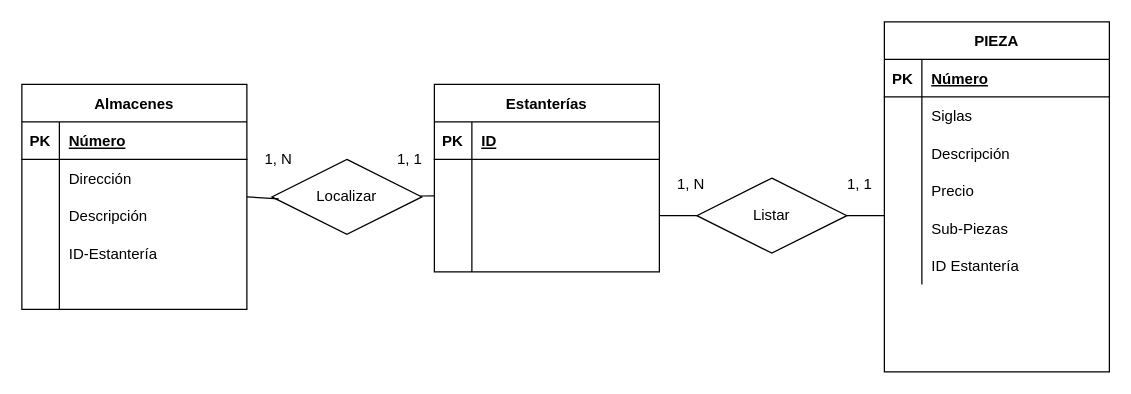
The draw.io diagram page "Reto 5" (1 of 3) of 5.drawio in AdryDevs/fsd-17-10-2022, before the edit. Source tidied: cells renumbered, new cells numbered last; positions are measured from the earlier drawing's top-left corner, leaving out a move shared by most shapes. Both pictures are drawn from the tidied source at 125%, with x=0, y=0 at pixel (21, 21).
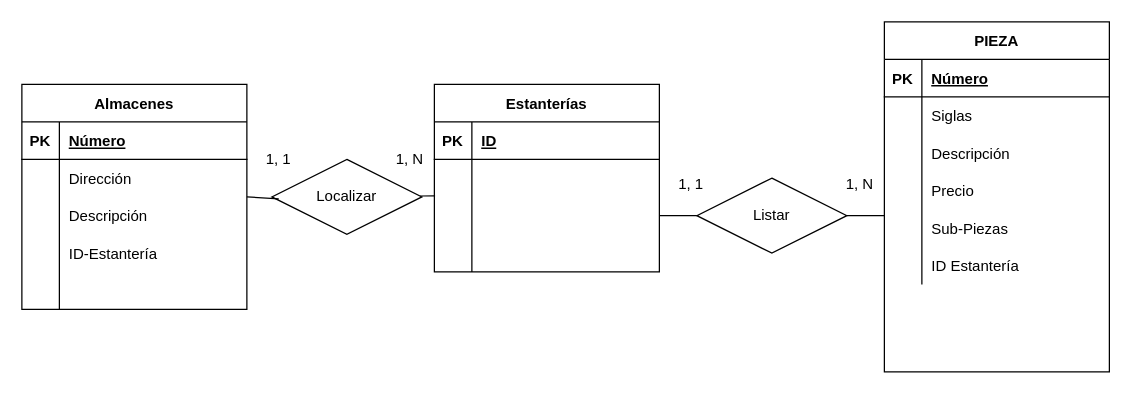
After the change.

The edit, as a diff of the source:
```diff
@@
-    <mxCell id="56" value="1, N" style="text;html=1;align=center;verticalAlign=middle;strokeColor=none;fillColor=none;" parent="1" vertex="1">
-      <mxGeometry x="180" y="95" width="50" height="30" as="geometry" />
+    <mxCell id="56" value="1, 1" style="text;html=1;align=center;verticalAlign=middle;strokeColor=none;fillColor=none;" parent="1" vertex="1">
+      <mxGeometry x="185" y="95" width="40" height="30" as="geometry" />
     </mxCell>
-    <mxCell id="57" value="1, 1" style="text;html=1;align=center;verticalAlign=middle;strokeColor=none;fillColor=none;" parent="1" vertex="1">
-      <mxGeometry x="290" y="95" width="40" height="30" as="geometry" />
+    <mxCell id="57" value="1, N" style="text;html=1;align=center;verticalAlign=middle;strokeColor=none;fillColor=none;" parent="1" vertex="1">
+      <mxGeometry x="285" y="95" width="50" height="30" as="geometry" />
     </mxCell>
-    <mxCell id="58" value="1, N" style="text;html=1;align=center;verticalAlign=middle;strokeColor=none;fillColor=none;" parent="1" vertex="1">
-      <mxGeometry x="510" y="115" width="50" height="30" as="geometry" />
+    <mxCell id="58" value="1, 1" style="text;html=1;align=center;verticalAlign=middle;strokeColor=none;fillColor=none;" parent="1" vertex="1">
+      <mxGeometry x="515" y="115" width="40" height="30" as="geometry" />
     </mxCell>
-    <mxCell id="59" value="1, 1" style="text;html=1;align=center;verticalAlign=middle;strokeColor=none;fillColor=none;" parent="1" vertex="1">
-      <mxGeometry x="650" y="115" width="40" height="30" as="geometry" />
+    <mxCell id="59" value="1, N" style="text;html=1;align=center;verticalAlign=middle;strokeColor=none;fillColor=none;" parent="1" vertex="1">
+      <mxGeometry x="645" y="115" width="50" height="30" as="geometry" />
     </mxCell>
```
